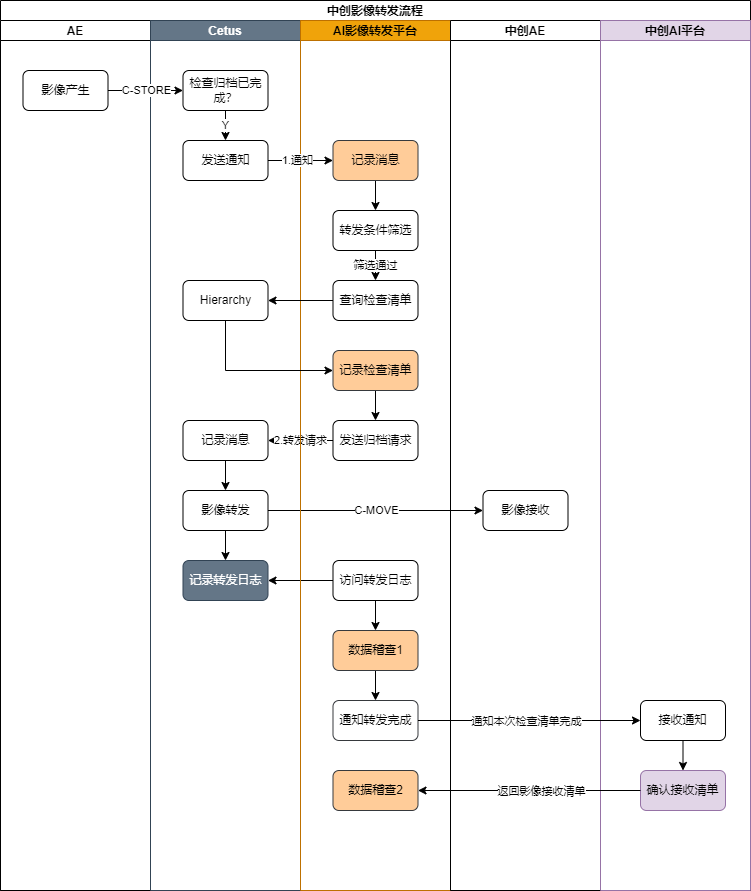
The draw.io diagram uih/output/千县-影像转发流程图.drawio.png in xzs603/draw.io, before a commit. Source tidied: cells renumbered, new cells last; positions are measured from the earlier drawing's top-left corner, leaving out a move shared by most shapes.
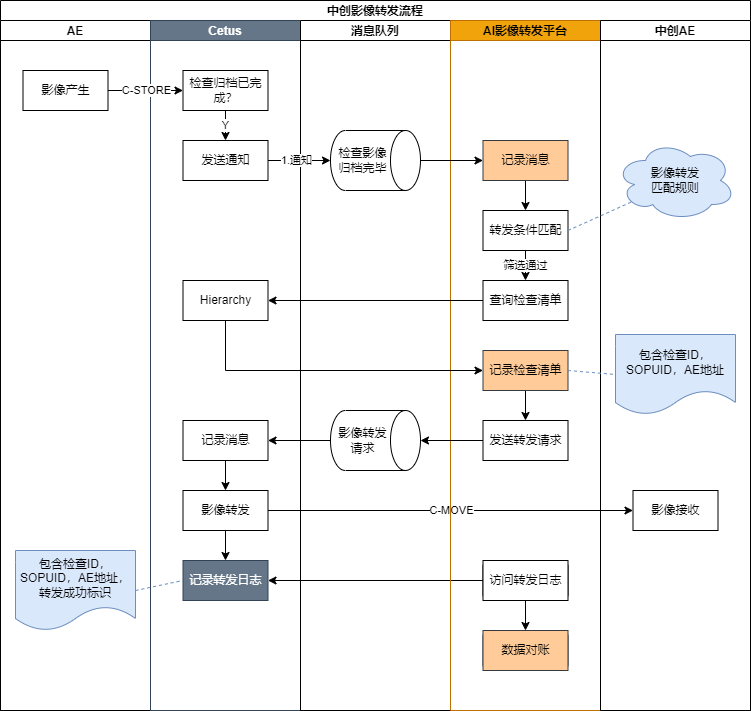
Above is the later version.

The edit, as a diff of the source:
```diff
@@ -3,69 +3,78 @@
     <mxCell id="0" />
     <mxCell id="1" parent="0" />
     <mxCell id="2" value="中创影像转发流程" style="swimlane;startSize=20;" parent="1" vertex="1">
-      <mxGeometry width="750" height="890" as="geometry" />
+      <mxGeometry width="750" height="710" as="geometry" />
     </mxCell>
     <mxCell id="3" value="AE" style="swimlane;startSize=20;" parent="2" vertex="1">
-      <mxGeometry y="20" width="150" height="870" as="geometry" />
+      <mxGeometry y="20" width="150" height="690" as="geometry" />
     </mxCell>
-    <mxCell id="4" value="影像产生" style="rounded=1;whiteSpace=wrap;html=1;fillColor=#FFFFFF;gradientColor=none;" parent="3" vertex="1">
+    <mxCell id="4" value="影像产生" style="rounded=0;whiteSpace=wrap;html=1;fillColor=#FFFFFF;gradientColor=none;" parent="3" vertex="1">
       <mxGeometry x="22.5" y="50" width="85" height="40" as="geometry" />
     </mxCell>
+    <mxCell id="48" value="包含检查ID，SOPUID，AE地址，&lt;br&gt;转发成功标识" style="shape=document;whiteSpace=wrap;html=1;boundedLbl=1;rounded=0;strokeWidth=1;strokeColor=#6c8ebf;fillColor=#dae8fc;" parent="3" vertex="1">
+      <mxGeometry x="15" y="530" width="120" height="80" as="geometry" />
+    </mxCell>
     <mxCell id="5" value="Cetus" style="swimlane;startSize=20;fillColor=#647687;fontColor=#ffffff;strokeColor=#314354;" parent="2" vertex="1">
-      <mxGeometry x="150" y="20" width="150" height="870" as="geometry" />
+      <mxGeometry x="150" y="20" width="150" height="690" as="geometry" />
     </mxCell>
     <mxCell id="6" value="Y" style="edgeStyle=orthogonalEdgeStyle;rounded=0;jettySize=auto;html=1;exitX=0.5;exitY=1;exitDx=0;exitDy=0;entryX=0.5;entryY=0;entryDx=0;entryDy=0;" parent="5" edge="1" source="7" target="8">
       <mxGeometry relative="1" as="geometry" />
     </mxCell>
-    <mxCell id="7" value="检查归档已完成？" style="rounded=1;whiteSpace=wrap;html=1;fillColor=#FFFFFF;gradientColor=none;" parent="5" vertex="1">
+    <mxCell id="7" value="检查归档已完成？" style="rounded=0;whiteSpace=wrap;html=1;fillColor=#FFFFFF;gradientColor=none;" parent="5" vertex="1">
       <mxGeometry x="32.5" y="50" width="85" height="40" as="geometry" />
     </mxCell>
-    <mxCell id="8" value="发送通知" style="rounded=1;whiteSpace=wrap;html=1;fillColor=#FFFFFF;gradientColor=none;" parent="5" vertex="1">
+    <mxCell id="8" value="发送通知" style="rounded=0;whiteSpace=wrap;html=1;fillColor=#FFFFFF;gradientColor=none;" parent="5" vertex="1">
       <mxGeometry x="32.5" y="120" width="85" height="40" as="geometry" />
     </mxCell>
     <mxCell id="9" style="edgeStyle=orthogonalEdgeStyle;rounded=0;jettySize=auto;html=1;exitX=0.5;exitY=1;exitDx=0;exitDy=0;entryX=0.5;entryY=0;entryDx=0;entryDy=0;" parent="5" edge="1" source="10" target="12">
       <mxGeometry relative="1" as="geometry" />
     </mxCell>
-    <mxCell id="10" value="记录消息" style="rounded=1;whiteSpace=wrap;html=1;fillColor=#FFFFFF;gradientColor=none;" parent="5" vertex="1">
+    <mxCell id="10" value="记录消息" style="rounded=0;whiteSpace=wrap;html=1;fillColor=#FFFFFF;gradientColor=none;" parent="5" vertex="1">
       <mxGeometry x="32.5" y="400" width="85" height="40" as="geometry" />
     </mxCell>
     <mxCell id="11" style="edgeStyle=orthogonalEdgeStyle;rounded=0;jettySize=auto;html=1;exitX=0.5;exitY=1;exitDx=0;exitDy=0;entryX=0.5;entryY=0;entryDx=0;entryDy=0;" parent="5" edge="1" source="12" target="13">
       <mxGeometry relative="1" as="geometry" />
     </mxCell>
-    <mxCell id="12" value="影像转发" style="rounded=1;whiteSpace=wrap;html=1;fillColor=#FFFFFF;gradientColor=none;" parent="5" vertex="1">
+    <mxCell id="12" value="影像转发" style="rounded=0;whiteSpace=wrap;html=1;fillColor=#FFFFFF;gradientColor=none;" parent="5" vertex="1">
       <mxGeometry x="32.5" y="470" width="85" height="40" as="geometry" />
     </mxCell>
-    <mxCell id="13" value="记录转发日志" style="rounded=1;whiteSpace=wrap;html=1;fillColor=#647687;strokeColor=#314354;fontColor=#ffffff;" parent="5" vertex="1">
+    <mxCell id="13" value="记录转发日志" style="rounded=0;whiteSpace=wrap;html=1;fillColor=#647687;strokeColor=#314354;fontColor=#ffffff;" parent="5" vertex="1">
       <mxGeometry x="32.5" y="540" width="85" height="40" as="geometry" />
     </mxCell>
-    <mxCell id="14" value="Hierarchy" style="rounded=1;whiteSpace=wrap;html=1;fillColor=#FFFFFF;gradientColor=none;" parent="5" vertex="1">
+    <mxCell id="14" value="Hierarchy" style="rounded=0;whiteSpace=wrap;html=1;fillColor=#FFFFFF;gradientColor=none;" parent="5" vertex="1">
       <mxGeometry x="32.5" y="260" width="85" height="40" as="geometry" />
     </mxCell>
-    <mxCell id="15" value="2.转发请求" style="edgeStyle=orthogonalEdgeStyle;rounded=0;jettySize=auto;html=1;" parent="2" edge="1" source="23" target="10">
-      <mxGeometry relative="1" as="geometry" />
-    </mxCell>
     <mxCell id="16" value="C-MOVE" style="edgeStyle=orthogonalEdgeStyle;rounded=0;jettySize=auto;html=1;entryX=0;entryY=0.5;entryDx=0;entryDy=0;" parent="2" edge="1" source="12" target="34">
       <mxGeometry relative="1" as="geometry" />
     </mxCell>
     <mxCell id="17" style="edgeStyle=orthogonalEdgeStyle;rounded=0;jettySize=auto;html=1;" parent="2" edge="1" source="25" target="13">
       <mxGeometry relative="1" as="geometry" />
     </mxCell>
+    <mxCell id="49" value="消息队列" style="swimlane;startSize=20;" parent="2" vertex="1">
+      <mxGeometry x="300" y="20" width="150" height="690" as="geometry" />
+    </mxCell>
+    <mxCell id="50" value="检查影像归档完毕" style="shape=cylinder3;whiteSpace=wrap;html=1;boundedLbl=1;backgroundOutline=1;size=15;rounded=0;strokeColor=#000000;strokeWidth=1;rotation=90;verticalAlign=middle;horizontal=0;" parent="49" vertex="1">
+      <mxGeometry x="45" y="95" width="60" height="90" as="geometry" />
+    </mxCell>
+    <mxCell id="51" value="影像转发请求" style="shape=cylinder3;whiteSpace=wrap;html=1;boundedLbl=1;backgroundOutline=1;size=15;rounded=0;strokeColor=#000000;strokeWidth=1;rotation=90;verticalAlign=middle;horizontal=0;" parent="49" vertex="1">
+      <mxGeometry x="45" y="375" width="60" height="90" as="geometry" />
+    </mxCell>
     <mxCell id="18" value="AI影像转发平台" style="swimlane;startSize=20;fillColor=#f0a30a;fontColor=#000000;strokeColor=#BD7000;" parent="2" vertex="1">
-      <mxGeometry x="300" y="20" width="150" height="870" as="geometry" />
+      <mxGeometry x="450" y="20" width="150" height="690" as="geometry" />
     </mxCell>
     <mxCell id="19" style="edgeStyle=orthogonalEdgeStyle;rounded=0;jettySize=auto;html=1;exitX=0.5;exitY=1;exitDx=0;exitDy=0;" parent="18" edge="1" source="20" target="22">
       <mxGeometry relative="1" as="geometry" />
     </mxCell>
-    <mxCell id="20" value="记录消息" style="rounded=1;whiteSpace=wrap;html=1;fillColor=#ffcc99;strokeColor=#36393d;" parent="18" vertex="1">
+    <mxCell id="20" value="记录消息" style="rounded=0;whiteSpace=wrap;html=1;fillColor=#ffcc99;strokeColor=#36393d;" parent="18" vertex="1">
       <mxGeometry x="32.5" y="120" width="85" height="40" as="geometry" />
     </mxCell>
     <mxCell id="21" value="筛选通过" style="edgeStyle=orthogonalEdgeStyle;rounded=0;jettySize=auto;html=1;exitX=0.5;exitY=1;exitDx=0;exitDy=0;entryX=0.5;entryY=0;entryDx=0;entryDy=0;" parent="18" edge="1" source="22" target="28">
       <mxGeometry relative="1" as="geometry" />
     </mxCell>
-    <mxCell id="22" value="转发条件筛选" style="rounded=1;whiteSpace=wrap;html=1;fillColor=#FFFFFF;gradientColor=none;" parent="18" vertex="1">
+    <mxCell id="22" value="转发条件匹配" style="rounded=0;whiteSpace=wrap;html=1;fillColor=#FFFFFF;gradientColor=none;" parent="18" vertex="1">
       <mxGeometry x="32.5" y="190" width="85" height="40" as="geometry" />
     </mxCell>
-    <mxCell id="23" value="发送归档请求" style="rounded=1;whiteSpace=wrap;html=1;fillColor=#FFFFFF;gradientColor=none;" parent="18" vertex="1">
+    <mxCell id="23" value="发送转发请求" style="rounded=0;whiteSpace=wrap;html=1;fillColor=#FFFFFF;gradientColor=none;" parent="18" vertex="1">
       <mxGeometry x="32.5" y="400" width="85" height="40" as="geometry" />
     </mxCell>
     <mxCell id="24" style="edgeStyle=orthogonalEdgeStyle;rounded=0;jettySize=auto;html=1;exitX=0.5;exitY=1;exitDx=0;exitDy=0;entryX=0.5;entryY=0;entryDx=0;entryDy=0;" parent="18" edge="1" source="25" target="27">
@@ -74,45 +83,36 @@
     <mxCell id="25" value="访问转发日志" style="rounded=1;whiteSpace=wrap;html=1;fillColor=#FFFFFF;gradientColor=none;" parent="18" vertex="1">
       <mxGeometry x="32.5" y="540" width="85" height="40" as="geometry" />
     </mxCell>
-    <mxCell id="26" style="edgeStyle=orthogonalEdgeStyle;rounded=0;jettySize=auto;html=1;entryX=0.5;entryY=0;entryDx=0;entryDy=0;" parent="18" edge="1" source="27" target="31">
-      <mxGeometry relative="1" as="geometry" />
-    </mxCell>
     <mxCell id="27" value="数据稽查1" style="rounded=1;whiteSpace=wrap;html=1;fillColor=#ffcc99;strokeColor=#36393d;" parent="18" vertex="1">
       <mxGeometry x="32.5" y="610" width="85" height="40" as="geometry" />
     </mxCell>
-    <mxCell id="28" value="查询检查清单" style="rounded=1;whiteSpace=wrap;html=1;fillColor=#FFFFFF;gradientColor=none;" parent="18" vertex="1">
+    <mxCell id="28" value="查询检查清单" style="rounded=0;whiteSpace=wrap;html=1;fillColor=#FFFFFF;gradientColor=none;" parent="18" vertex="1">
       <mxGeometry x="32.5" y="260" width="85" height="40" as="geometry" />
     </mxCell>
     <mxCell id="29" style="edgeStyle=orthogonalEdgeStyle;rounded=0;jettySize=auto;html=1;exitX=0.5;exitY=1;exitDx=0;exitDy=0;entryX=0.5;entryY=0;entryDx=0;entryDy=0;" parent="18" edge="1" source="30" target="23">
       <mxGeometry relative="1" as="geometry" />
     </mxCell>
-    <mxCell id="30" value="记录检查清单" style="rounded=1;whiteSpace=wrap;html=1;fillColor=#ffcc99;strokeColor=#36393d;" parent="18" vertex="1">
+    <mxCell id="30" value="记录检查清单" style="rounded=0;whiteSpace=wrap;html=1;fillColor=#ffcc99;strokeColor=#36393d;" parent="18" vertex="1">
       <mxGeometry x="32.5" y="330" width="85" height="40" as="geometry" />
     </mxCell>
-    <mxCell id="31" value="通知转发完成" style="rounded=1;whiteSpace=wrap;html=1;fillColor=#FFFFFF;strokeColor=#36393d;" parent="18" vertex="1">
-      <mxGeometry x="32.5" y="680" width="85" height="40" as="geometry" />
-    </mxCell>
-    <mxCell id="32" value="数据稽查2" style="rounded=1;whiteSpace=wrap;html=1;fillColor=#ffcc99;strokeColor=#36393d;" parent="18" vertex="1">
-      <mxGeometry x="32.5" y="750" width="85" height="40" as="geometry" />
-    </mxCell>
+    <mxCell id="52" value="访问转发日志" style="rounded=0;whiteSpace=wrap;html=1;fillColor=#FFFFFF;gradientColor=none;" parent="18" vertex="1">
+      <mxGeometry x="32.5" y="540" width="85" height="40" as="geometry" />
+    </mxCell>
+    <mxCell id="53" value="数据对账" style="rounded=0;whiteSpace=wrap;html=1;fillColor=#ffcc99;strokeColor=#36393d;" parent="18" vertex="1">
+      <mxGeometry x="32.5" y="610" width="85" height="40" as="geometry" />
+    </mxCell>
     <mxCell id="33" value="中创AE" style="swimlane;startSize=20;" parent="2" vertex="1">
-      <mxGeometry x="450" y="20" width="150" height="870" as="geometry" />
+      <mxGeometry x="600" y="20" width="150" height="690" as="geometry" />
     </mxCell>
-    <mxCell id="34" value="影像接收" style="rounded=1;whiteSpace=wrap;html=1;fillColor=#FFFFFF;gradientColor=none;" parent="33" vertex="1">
+    <mxCell id="34" value="影像接收" style="rounded=0;whiteSpace=wrap;html=1;fillColor=#FFFFFF;gradientColor=none;" parent="33" vertex="1">
       <mxGeometry x="32.5" y="470" width="85" height="40" as="geometry" />
     </mxCell>
-    <mxCell id="35" value="中创AI平台" style="swimlane;startSize=20;fillColor=#e1d5e7;strokeColor=#9673a6;" parent="2" vertex="1">
-      <mxGeometry x="600" y="20" width="150" height="870" as="geometry" />
-    </mxCell>
-    <mxCell id="36" style="edgeStyle=orthogonalEdgeStyle;rounded=0;jettySize=auto;html=1;exitX=0.5;exitY=1;exitDx=0;exitDy=0;entryX=0.5;entryY=0;entryDx=0;entryDy=0;" parent="35" edge="1" source="37" target="38">
-      <mxGeometry relative="1" as="geometry" />
-    </mxCell>
-    <mxCell id="37" value="接收通知" style="rounded=1;whiteSpace=wrap;html=1;fillColor=#FFFFFF;gradientColor=none;" parent="35" vertex="1">
-      <mxGeometry x="40" y="680" width="85" height="40" as="geometry" />
-    </mxCell>
-    <mxCell id="38" value="确认接收清单" style="rounded=1;whiteSpace=wrap;html=1;fillColor=#e1d5e7;strokeColor=#9673a6;" parent="35" vertex="1">
-      <mxGeometry x="40" y="750" width="85" height="40" as="geometry" />
-    </mxCell>
+    <mxCell id="54" value="影像转发&lt;br&gt;匹配规则" style="ellipse;shape=cloud;whiteSpace=wrap;html=1;rounded=0;fillColor=#dae8fc;strokeColor=#6c8ebf;" parent="33" vertex="1">
+      <mxGeometry x="15" y="120" width="120" height="80" as="geometry" />
+    </mxCell>
+    <mxCell id="55" value="包含检查ID，SOPUID，AE地址" style="shape=document;whiteSpace=wrap;html=1;boundedLbl=1;rounded=0;strokeWidth=1;strokeColor=#6c8ebf;fillColor=#dae8fc;" parent="33" vertex="1">
+      <mxGeometry x="15" y="314" width="120" height="80" as="geometry" />
+    </mxCell>
     <mxCell id="39" value="C-STORE" style="edgeStyle=orthogonalEdgeStyle;rounded=0;jettySize=auto;html=1;exitX=1;exitY=0.5;exitDx=0;exitDy=0;entryX=0;entryY=0.5;entryDx=0;entryDy=0;" parent="2" edge="1" source="4" target="7">
       <mxGeometry relative="1" as="geometry">
         <Array as="points">
@@ -121,7 +121,7 @@
         </Array>
       </mxGeometry>
     </mxCell>
-    <mxCell id="40" style="edgeStyle=orthogonalEdgeStyle;rounded=0;jettySize=auto;html=1;exitX=1;exitY=0.5;exitDx=0;exitDy=0;entryX=0;entryY=0.5;entryDx=0;entryDy=0;" parent="2" edge="1" source="8" target="20">
+    <mxCell id="40" style="edgeStyle=orthogonalEdgeStyle;rounded=0;jettySize=auto;html=1;exitX=1;exitY=0.5;exitDx=0;exitDy=0;entryX=0.5;entryY=1;entryDx=0;entryDy=0;entryPerimeter=0;" parent="2" edge="1" source="8" target="50">
       <mxGeometry relative="1" as="geometry" />
     </mxCell>
     <mxCell id="41" value="1.通知" style="edgeLabel;html=1;align=center;verticalAlign=middle;" parent="40" vertex="1">
@@ -139,21 +139,23 @@
         </Array>
       </mxGeometry>
     </mxCell>
-    <mxCell id="44" style="edgeStyle=orthogonalEdgeStyle;rounded=0;jettySize=auto;html=1;entryX=0;entryY=0.5;entryDx=0;entryDy=0;" parent="2" edge="1" source="31" target="37">
-      <mxGeometry relative="1" as="geometry" />
-    </mxCell>
-    <mxCell id="45" value="通知本次检查清单完成" style="edgeLabel;html=1;align=center;verticalAlign=middle;" parent="44" vertex="1">
-      <mxGeometry x="-0.15" y="1" relative="1" as="geometry">
-        <mxPoint x="14" y="1" as="offset" />
-      </mxGeometry>
-    </mxCell>
-    <mxCell id="46" style="edgeStyle=orthogonalEdgeStyle;rounded=0;jettySize=auto;html=1;exitX=0;exitY=0.5;exitDx=0;exitDy=0;" parent="2" edge="1" source="38" target="32">
-      <mxGeometry relative="1" as="geometry" />
-    </mxCell>
-    <mxCell id="47" value="返回影像接收清单" style="edgeLabel;html=1;align=center;verticalAlign=middle;" parent="46" vertex="1">
-      <mxGeometry x="0.1" y="-1" relative="1" as="geometry">
-        <mxPoint x="22" y="1" as="offset" />
-      </mxGeometry>
-    </mxCell>
+    <mxCell id="56" style="endArrow=none;dashed=1;html=1;rounded=0;exitX=1;exitY=0.5;exitDx=0;exitDy=0;entryX=0.13;entryY=0.77;entryDx=0;entryDy=0;entryPerimeter=0;fillColor=#dae8fc;strokeColor=#6c8ebf;" parent="2" edge="1" source="22" target="54">
+      <mxGeometry relative="1" as="geometry" />
+    </mxCell>
+    <mxCell id="57" style="endArrow=none;dashed=1;html=1;rounded=0;entryX=0;entryY=0.5;entryDx=0;entryDy=0;exitX=1;exitY=0.5;exitDx=0;exitDy=0;fillColor=#dae8fc;strokeColor=#6c8ebf;" parent="2" edge="1" source="48" target="13">
+      <mxGeometry relative="1" as="geometry" />
+    </mxCell>
+    <mxCell id="58" style="endArrow=none;dashed=1;html=1;rounded=0;exitX=1;exitY=0.5;exitDx=0;exitDy=0;entryX=0;entryY=0.5;entryDx=0;entryDy=0;fillColor=#dae8fc;strokeColor=#6c8ebf;" parent="2" edge="1" source="30" target="55">
+      <mxGeometry relative="1" as="geometry" />
+    </mxCell>
+    <mxCell id="59" style="edgeStyle=none;rounded=0;jettySize=auto;html=1;entryX=0;entryY=0.5;entryDx=0;entryDy=0;" parent="2" edge="1" source="50" target="20">
+      <mxGeometry relative="1" as="geometry" />
+    </mxCell>
+    <mxCell id="60" style="edgeStyle=none;rounded=0;jettySize=auto;html=1;exitX=0.5;exitY=1;exitDx=0;exitDy=0;exitPerimeter=0;" parent="2" edge="1" source="51" target="10">
+      <mxGeometry relative="1" as="geometry" />
+    </mxCell>
+    <mxCell id="61" style="edgeStyle=none;rounded=0;jettySize=auto;html=1;exitX=0;exitY=0.5;exitDx=0;exitDy=0;" parent="2" edge="1" source="23" target="51">
+      <mxGeometry relative="1" as="geometry" />
+    </mxCell>
   </root>
 </mxGraphModel>
```
